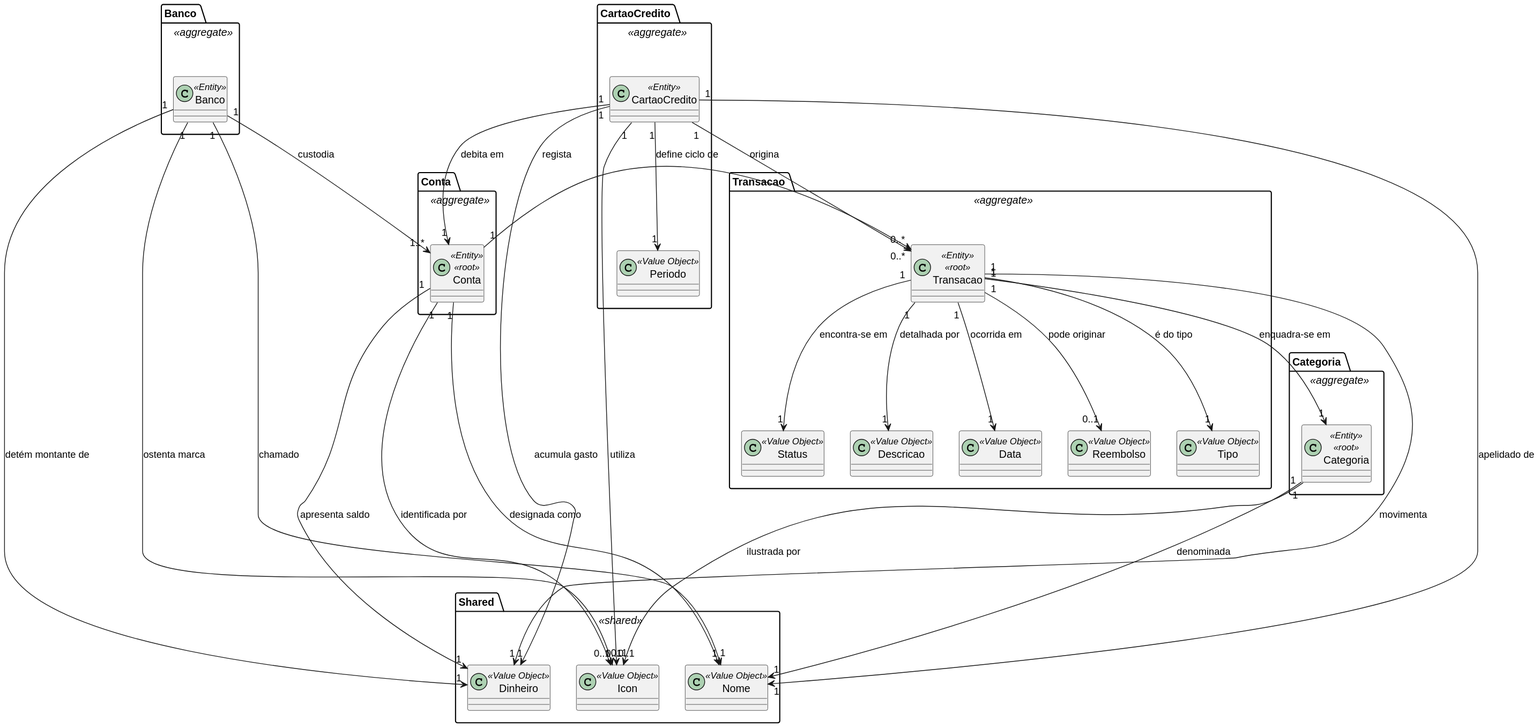
Above: docs/domain_model.svg in DiogoMMP/poupa-me (PlantUML), before the change.
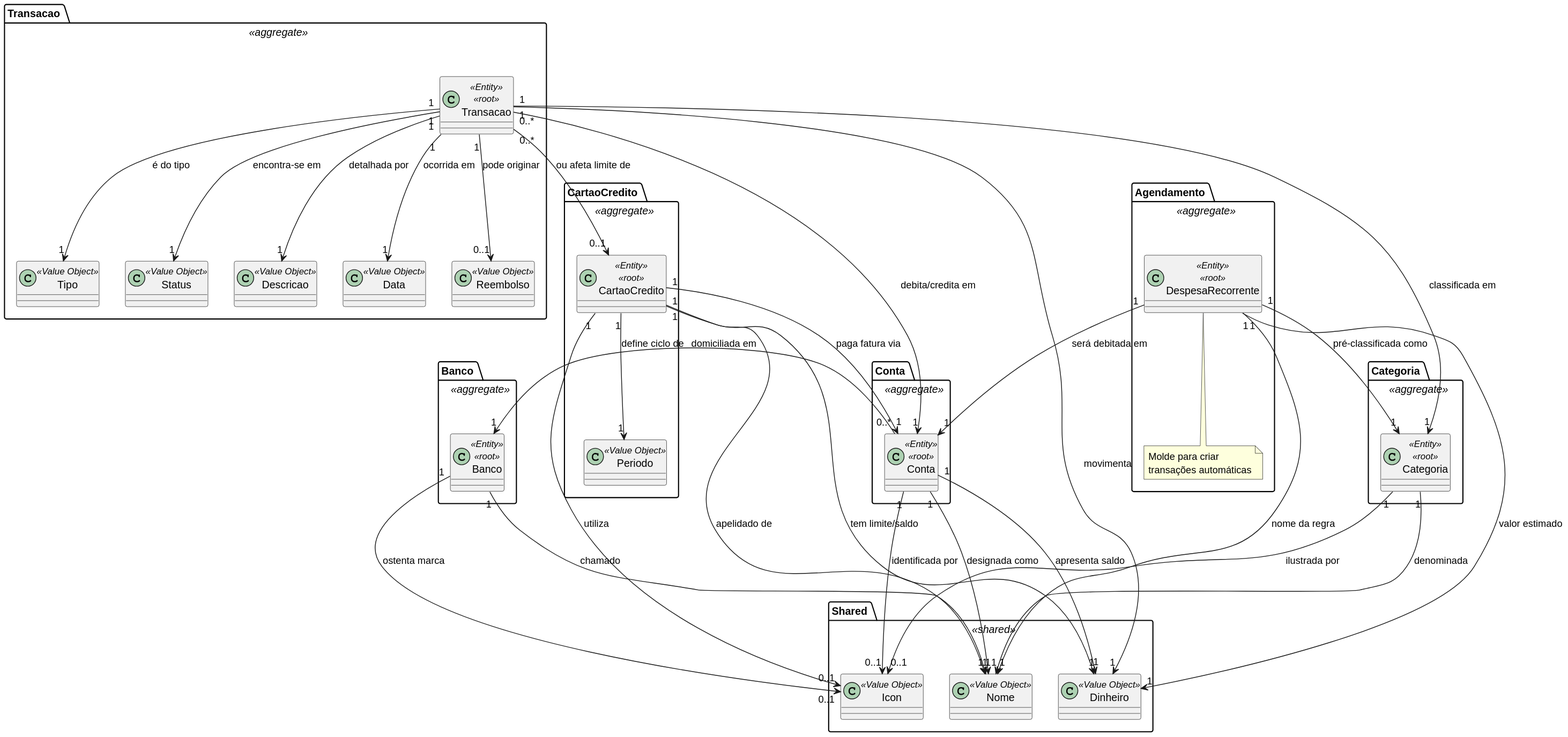
After the commit.

Change to the diagram source:
```diff
@@ -1,6 +1,6 @@
 @startuml
 package "Banco " <<aggregate>> {
-    class Banco <<Entity>> {
+    class Banco <<Entity>> <<root>> {
     }
 }
 
@@ -10,7 +10,7 @@
 }
 
 package "CartaoCredito " <<aggregate>> {
-    class CartaoCredito <<Entity>>{
+    class CartaoCredito <<Entity>> <<root>>{
     }
 
     class Periodo <<Value Object>> {
@@ -45,6 +45,15 @@
     Transacao "1" --> "1" Descricao: detalhada por
 }
 
+package "Agendamento " <<aggregate>> {
+    class DespesaRecorrente <<Entity>> <<root>> {
+    }
+    note bottom of DespesaRecorrente
+        Molde para criar
+        transações automáticas
+    end note
+}
+
 package "Categoria " <<aggregate>> {
     class Categoria <<Entity>> <<root>>{
     }
@@ -63,25 +72,28 @@
 
 
 
-Conta "1" --> "0..*" Transacao: regista
+Conta "0..*" --> "1" Banco: domiciliada em
 Conta "1" ---> "0..1" Icon: identificada por
 Conta "1" ---> "1" Dinheiro: apresenta saldo
 Conta "1" ---> "1" Nome: designada como
 
 CartaoCredito "1" ---> "0..1" Icon: utiliza
-CartaoCredito "1" --> "1" Conta: debita em
-CartaoCredito "1" ---> "1" Dinheiro: acumula gasto
+CartaoCredito "1" --> "1" Conta: paga fatura via
+CartaoCredito "1" ---> "1" Dinheiro: tem limite/saldo
 CartaoCredito "1" ---> "1" Nome: apelidado de
-CartaoCredito "1" --> "0..*" Transacao: origina
+
+Transacao "0..*" --> "1" Conta: debita/credita em
+Transacao "0..*" --> "0..1" CartaoCredito: ou afeta limite de
+Transacao "1" --> "1" Categoria: classificada em
+Transacao "1" ---> "1" Dinheiro: movimenta
+
+DespesaRecorrente "1" --> "1" Conta: será debitada em
+DespesaRecorrente "1" --> "1" Categoria: pré-classificada como
+DespesaRecorrente "1" --> "1" Nome: nome da regra
+DespesaRecorrente "1" --> "1" Dinheiro: valor estimado
 
 Categoria "1" ---> "0..1" Icon: ilustrada por
 Categoria "1" ---> "1" Nome: denominada
-
 Banco "1" ---> "0..1" Icon: ostenta marca
-Banco "1" --> "1..*" Conta: custodia
 Banco "1" ---> "1" Nome: chamado
-Banco "1" ---> "1" Dinheiro: detém montante de
-
-Transacao "1" --> "1" Categoria: enquadra-se em
-Transacao "1" ---> "1" Dinheiro: movimenta
 @enduml
```
